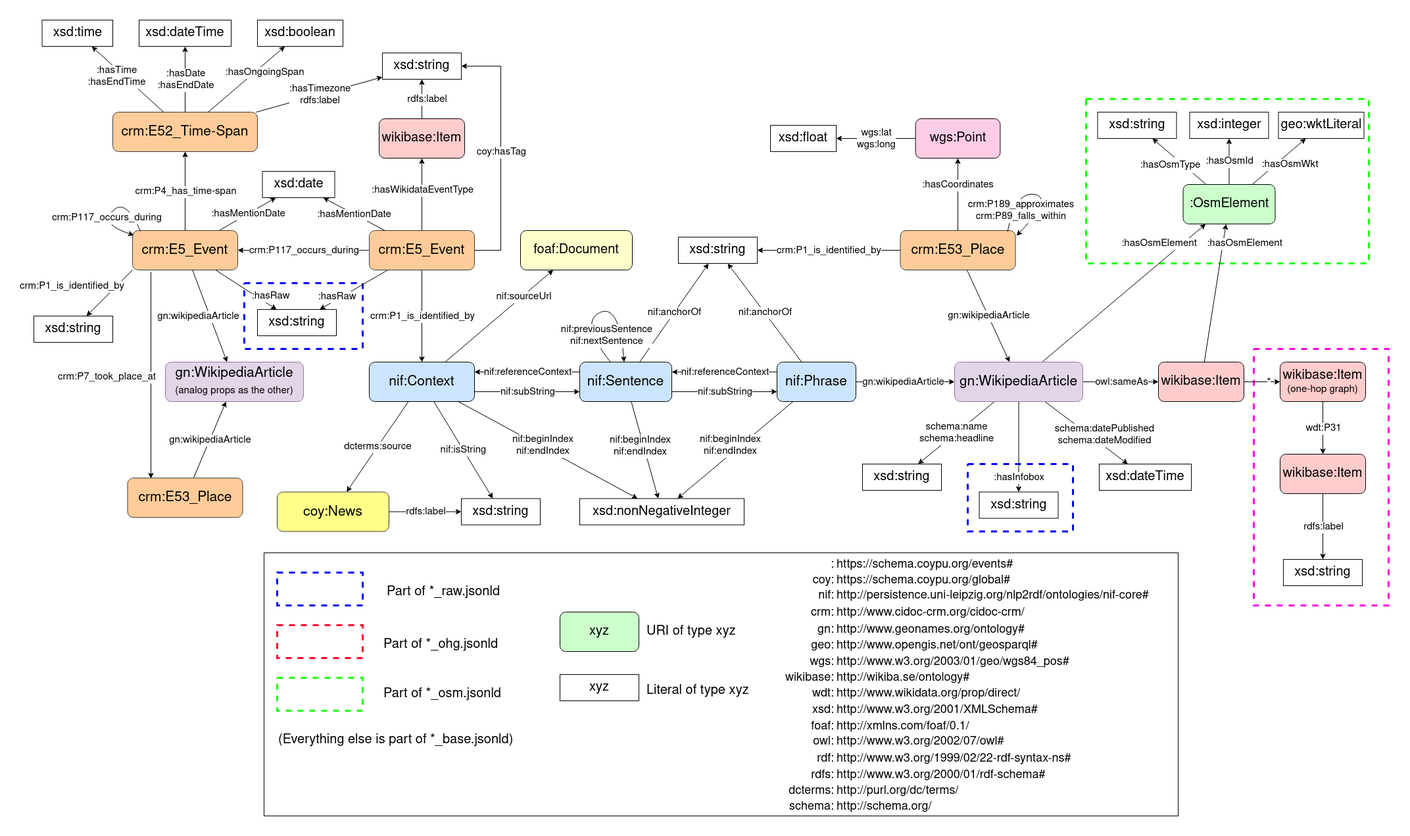
The draw.io diagram docs/Schema.drawio.png in semantic-systems/current-events-to-kg, before a commit. Source tidied: cells renumbered, new cells last; positions are measured from the earlier drawing's top-left corner, leaving out a move shared by most shapes.
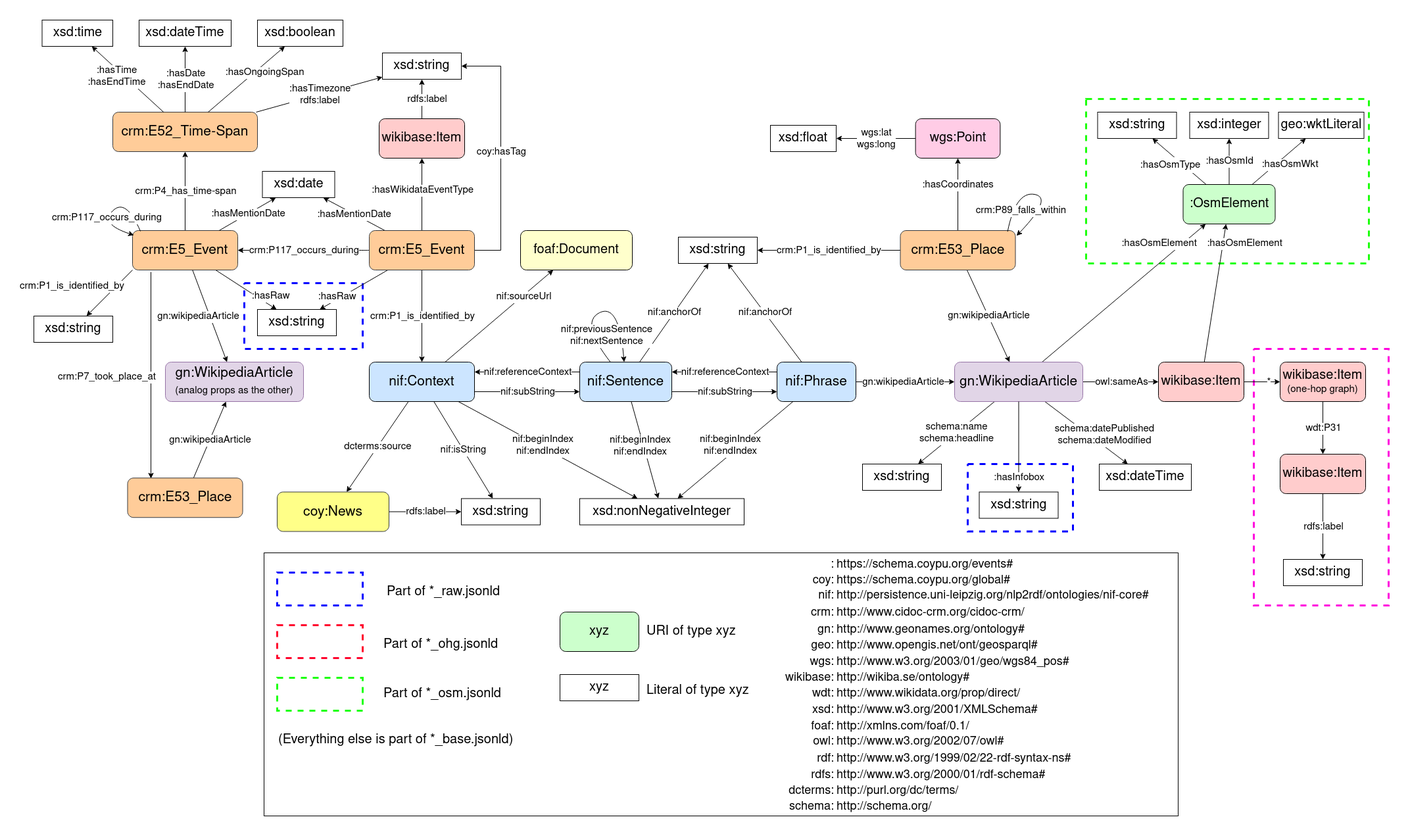
After the commit.

The edit, as a diff of the source:
```diff
@@ -663,7 +663,7 @@
         </Array>
       </mxGeometry>
     </mxCell>
-    <mxCell id="199" value="&lt;div style=&quot;font-size: 15px;&quot; align=&quot;center&quot;&gt;&lt;font style=&quot;font-size: 15px; line-height: 1;&quot;&gt;crm:P189_approximates&lt;/font&gt;&lt;/div&gt;&lt;div style=&quot;font-size: 15px;&quot; align=&quot;center&quot;&gt;&lt;font style=&quot;font-size: 15px; line-height: 1;&quot;&gt;crm:P89_falls_within&lt;br&gt;&lt;/font&gt;&lt;/div&gt;" style="edgeLabel;html=1;align=center;verticalAlign=middle;fontSize=21;" parent="198" vertex="1">
+    <mxCell id="199" value="&lt;div style=&quot;font-size: 15px;&quot; align=&quot;center&quot;&gt;&lt;font style=&quot;font-size: 15px; line-height: 1;&quot;&gt;crm:P89_falls_within&lt;br&gt;&lt;/font&gt;&lt;/div&gt;" style="edgeLabel;html=1;align=center;verticalAlign=middle;fontSize=21;" parent="198" vertex="1">
       <mxGeometry x="-0.46" y="-8" relative="1" as="geometry">
         <mxPoint x="1" y="20" as="offset" />
       </mxGeometry>
```
